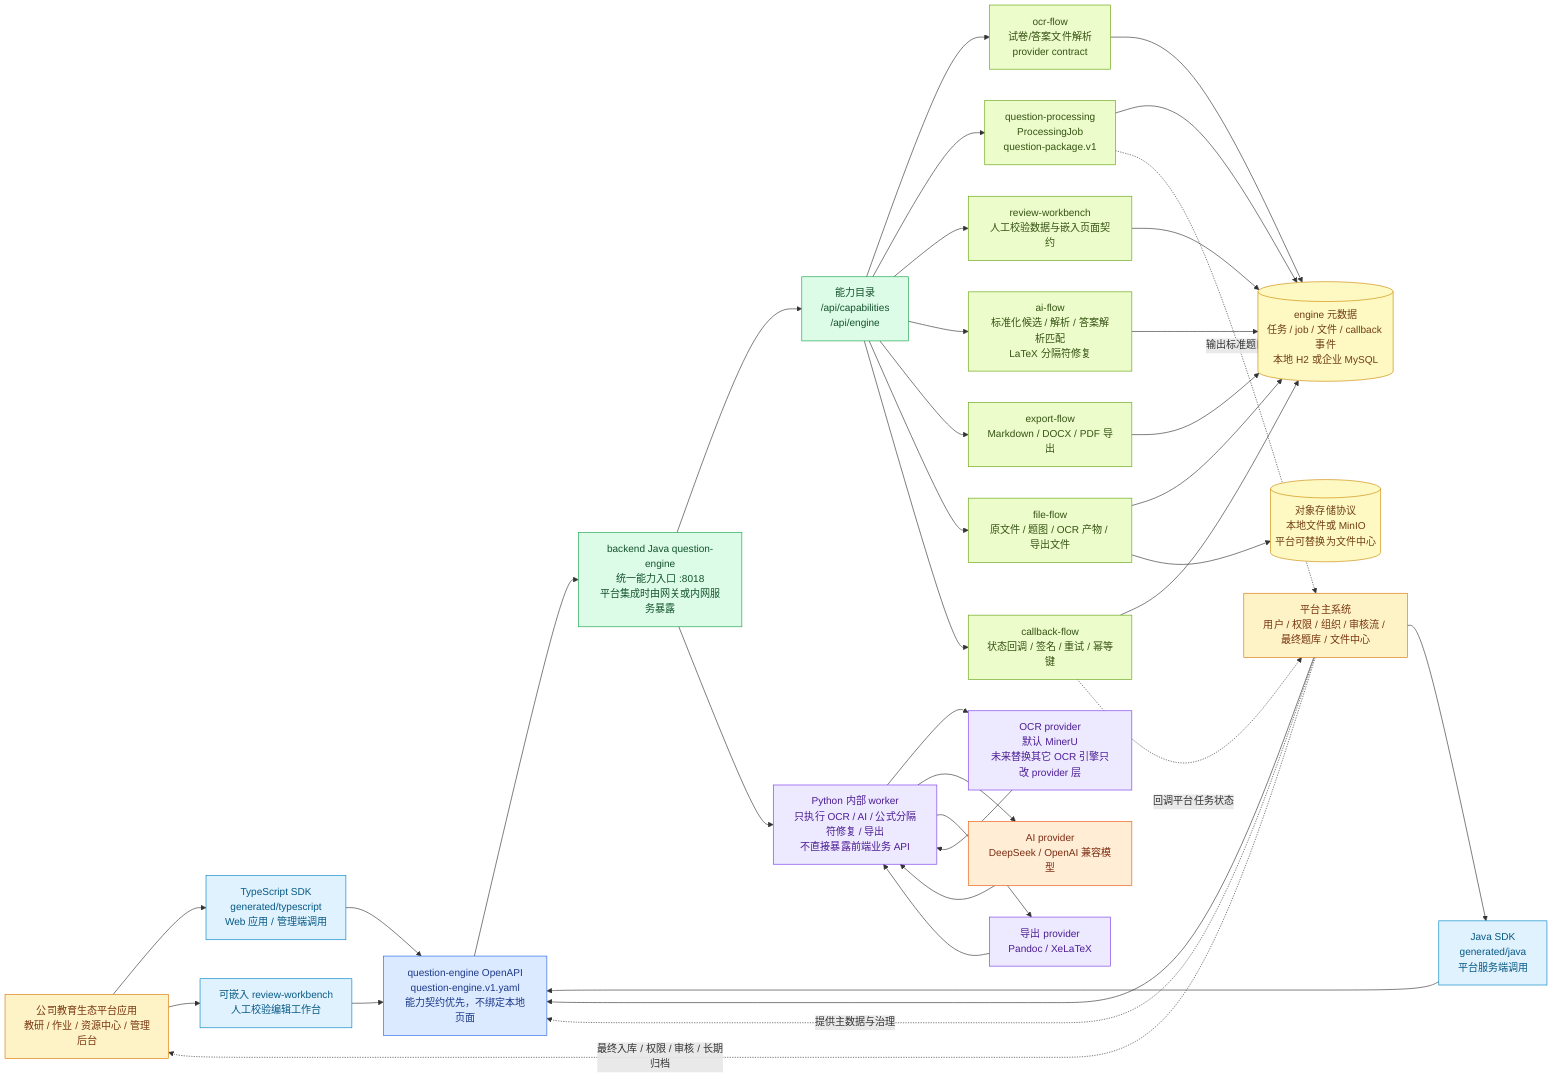
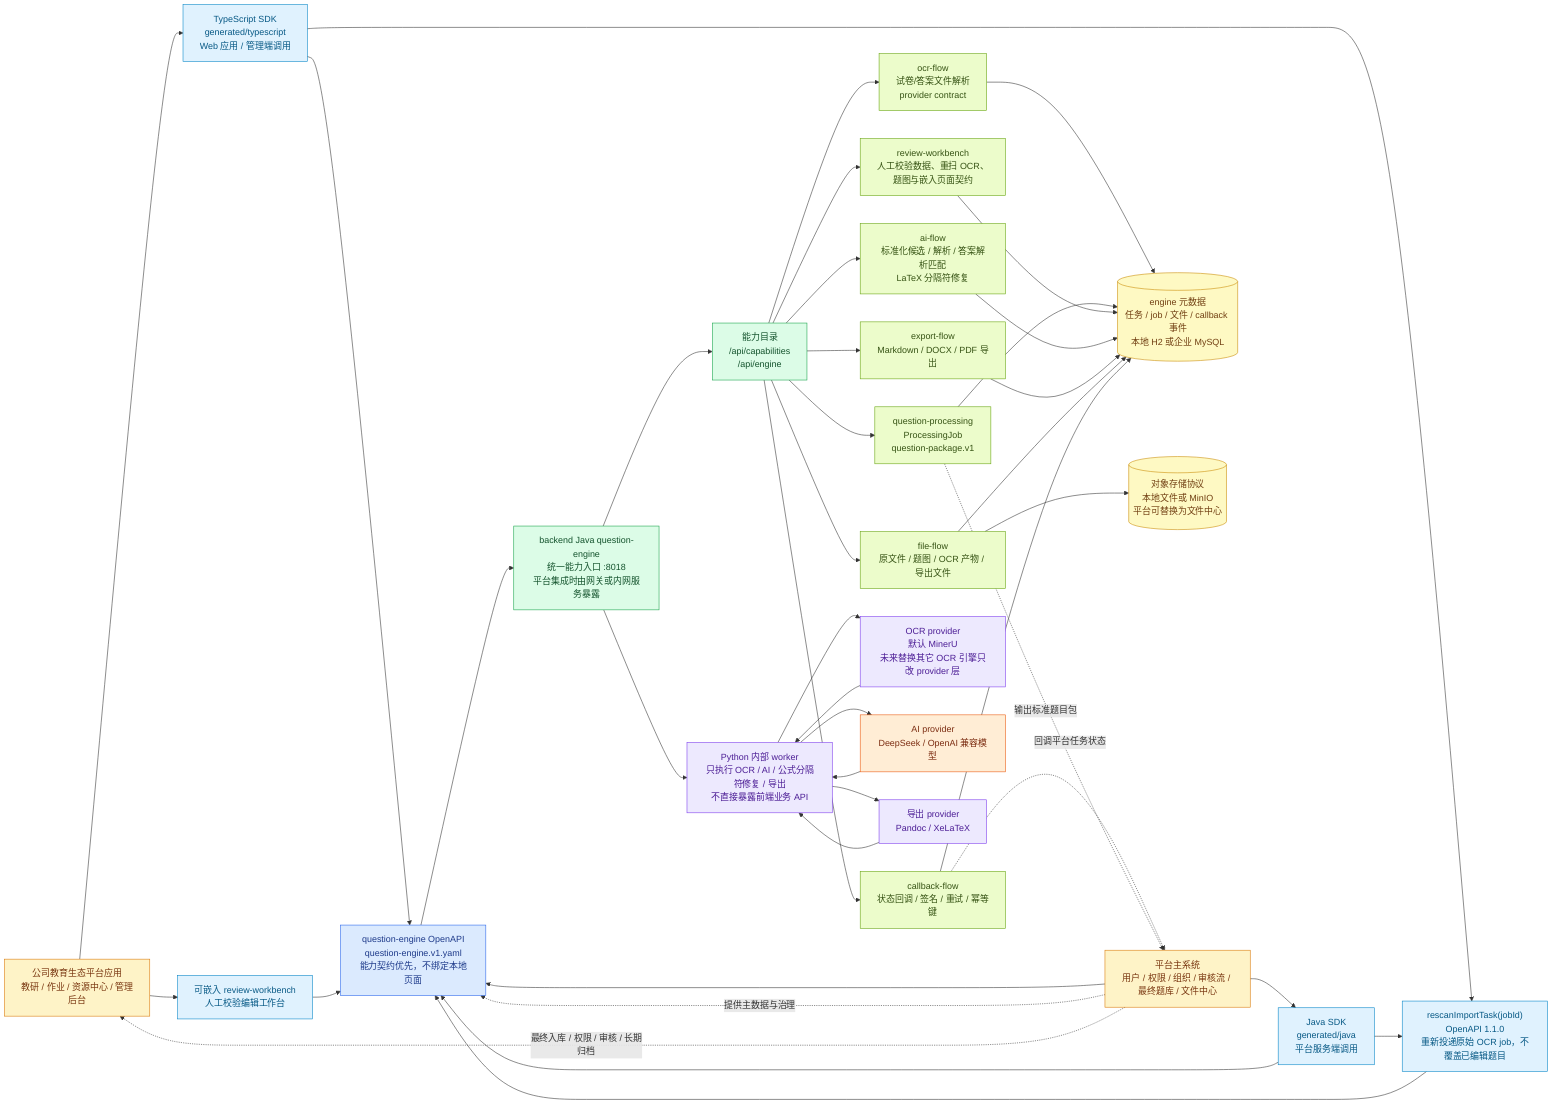
+ %% Version: 2026-07-08 / OpenAPI 1.1.0
+ %% Status: current-primary
+ %% Scope: platform integration contract, OpenAPI, generated SDKs, and engine capabilities.
flowchart LR
  PlatformApps["公司教育生态平台应用<br/>教研 / 作业 / 资源中心 / 管理后台"]:::platform
  PlatformCore["平台主系统<br/>用户 / 权限 / 组织 / 审核流 / 最终题库 / 文件中心"]:::platform

  OpenApi["question-engine OpenAPI<br/>question-engine.v1.yaml<br/>能力契约优先，不绑定本地页面"]:::contract
  TsSdk["TypeScript SDK<br/>generated/typescript<br/>Web 应用 / 管理端调用"]:::sdk
  JavaSdk["Java SDK<br/>generated/java<br/>平台服务端调用"]:::sdk
  EmbeddedWorkbench["可嵌入 review-workbench<br/>人工校验编辑工作台"]:::sdk

  EngineGateway["backend Java question-engine<br/>统一能力入口 :8018<br/>平台集成时由网关或内网服务暴露"]:::engine
  CapabilityCatalog["能力目录<br/>/api/capabilities<br/>/api/engine"]:::engine

  OcrFlow["ocr-flow<br/>试卷/答案文件解析<br/>provider contract"]:::capability
  QuestionProcessing["question-processing<br/>ProcessingJob<br/>question-package.v1"]:::capability
-   ReviewFlow["review-workbench<br/>人工校验数据与嵌入页面契约"]:::capability
+   ReviewFlow["review-workbench<br/>人工校验数据、重扫 OCR、题图与嵌入页面契约"]:::capability
  AiFlow["ai-flow<br/>标准化候选 / 解析 / 答案解析匹配<br/>LaTeX 分隔符修复"]:::capability
  ExportFlow["export-flow<br/>Markdown / DOCX / PDF 导出"]:::capability
  FileFlow["file-flow<br/>原文件 / 题图 / OCR 产物 / 导出文件"]:::capability
  CallbackFlow["callback-flow<br/>状态回调 / 签名 / 重试 / 幂等键"]:::capability
+   RescanSdk["rescanImportTask(jobId)<br/>OpenAPI 1.1.0<br/>重新投递原始 OCR job，不覆盖已编辑题目"]:::sdk

  EngineDb[("engine 元数据<br/>任务 / job / 文件 / callback 事件<br/>本地 H2 或企业 MySQL")]:::store
  ObjectStorage[("对象存储协议<br/>本地文件或 MinIO<br/>平台可替换为文件中心")]:::store
  InternalWorker["Python 内部 worker<br/>只执行 OCR / AI / 公式分隔符修复 / 导出<br/>不直接暴露前端业务 API"]:::worker
  OcrProvider["OCR provider<br/>默认 MinerU<br/>未来替换其它 OCR 引擎只改 provider 层"]:::worker
  AiProvider["AI provider<br/>DeepSeek / OpenAI 兼容模型"]:::external
  ExportProvider["导出 provider<br/>Pandoc / XeLaTeX"]:::worker

  PlatformApps --> TsSdk
  PlatformApps --> EmbeddedWorkbench
  PlatformCore --> JavaSdk
  PlatformCore --> OpenApi
  TsSdk --> OpenApi
  JavaSdk --> OpenApi
  EmbeddedWorkbench --> OpenApi
+   TsSdk --> RescanSdk
+   JavaSdk --> RescanSdk
+   RescanSdk --> OpenApi

  OpenApi --> EngineGateway
  EngineGateway --> CapabilityCatalog
  CapabilityCatalog --> OcrFlow
  CapabilityCatalog --> QuestionProcessing
  CapabilityCatalog --> ReviewFlow
  CapabilityCatalog --> AiFlow
  CapabilityCatalog --> ExportFlow
  CapabilityCatalog --> FileFlow
  CapabilityCatalog --> CallbackFlow

  OcrFlow --> EngineDb
  QuestionProcessing --> EngineDb
  ReviewFlow --> EngineDb
  AiFlow --> EngineDb
  ExportFlow --> EngineDb
  FileFlow --> EngineDb
  CallbackFlow --> EngineDb

  FileFlow --> ObjectStorage
  EngineGateway --> InternalWorker
  InternalWorker --> OcrProvider
  InternalWorker --> AiProvider
  InternalWorker --> ExportProvider
  OcrProvider --> InternalWorker
  AiProvider --> InternalWorker
  ExportProvider --> InternalWorker

  PlatformCore -. 提供主数据与治理 .-> OpenApi
  PlatformCore -. 最终入库 / 权限 / 审核 / 长期归档 .-> PlatformApps
  CallbackFlow -. 回调平台任务状态 .-> PlatformCore
  QuestionProcessing -. 输出标准题目包 .-> PlatformCore

  classDef platform fill:#fef3c7,stroke:#d97706,color:#78350f,stroke-width:1px;
  classDef contract fill:#dbeafe,stroke:#2563eb,color:#1e3a8a,stroke-width:1px;
  classDef sdk fill:#e0f2fe,stroke:#0284c7,color:#075985,stroke-width:1px;
  classDef engine fill:#dcfce7,stroke:#16a34a,color:#14532d,stroke-width:1px;
  classDef capability fill:#ecfccb,stroke:#65a30d,color:#365314,stroke-width:1px;
  classDef worker fill:#ede9fe,stroke:#7c3aed,color:#4c1d95,stroke-width:1px;
  classDef store fill:#fef9c3,stroke:#ca8a04,color:#713f12,stroke-width:1px;
  classDef external fill:#ffedd5,stroke:#ea580c,color:#7c2d12,stroke-width:1px;
